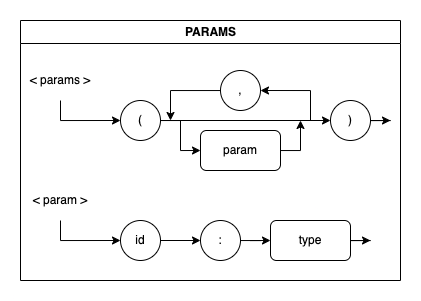
Before: diagram/params.png, a diagram exported from draw.io (ricardomongza99/typeton). Source tidied: cells renumbered, new cells last; positions are measured from the earlier drawing's top-left corner, leaving out a move shared by most shapes. Its diagram source:
```xml
<mxGraphModel>
  <root>
    <mxCell id="0" />
    <mxCell id="1" parent="0" />
    <mxCell id="2" value="PARAMS" style="swimlane;fontFamily=Helvetica;fontSize=12;fontColor=default;strokeColor=default;fillColor=default;html=1;" parent="1" vertex="1">
      <mxGeometry width="380" height="260" as="geometry" />
    </mxCell>
    <mxCell id="3" value="&amp;lt; param &amp;gt;" style="text;html=1;strokeColor=none;fillColor=none;align=center;verticalAlign=middle;whiteSpace=wrap;rounded=0;" parent="2" vertex="1">
      <mxGeometry y="160" width="80" height="40" as="geometry" />
    </mxCell>
    <mxCell id="4" value="id" style="ellipse;whiteSpace=wrap;html=1;" parent="2" vertex="1">
      <mxGeometry x="100" y="200" width="40" height="40" as="geometry" />
    </mxCell>
    <mxCell id="5" value=":" style="ellipse;whiteSpace=wrap;html=1;" parent="2" vertex="1">
      <mxGeometry x="180" y="200" width="40" height="40" as="geometry" />
    </mxCell>
    <mxCell id="6" style="edgeStyle=orthogonalEdgeStyle;rounded=0;jettySize=auto;html=1;entryX=0;entryY=0.5;entryDx=0;entryDy=0;" parent="2" edge="1" source="4" target="5">
      <mxGeometry relative="1" as="geometry" />
    </mxCell>
    <mxCell id="7" value="type" style="rounded=1;whiteSpace=wrap;html=1;" parent="2" vertex="1">
      <mxGeometry x="250" y="200" width="80" height="40" as="geometry" />
    </mxCell>
    <mxCell id="8" style="edgeStyle=orthogonalEdgeStyle;rounded=0;jettySize=auto;html=1;entryX=0;entryY=0.5;entryDx=0;entryDy=0;" parent="2" edge="1" source="5" target="7">
      <mxGeometry relative="1" as="geometry" />
    </mxCell>
    <mxCell id="9" style="edgeStyle=orthogonalEdgeStyle;rounded=0;jettySize=auto;html=1;entryX=0;entryY=0.5;entryDx=0;entryDy=0;exitX=0.5;exitY=1;exitDx=0;exitDy=0;" parent="2" edge="1" source="3" target="4">
      <mxGeometry relative="1" as="geometry" />
    </mxCell>
    <mxCell id="10" style="edgeStyle=orthogonalEdgeStyle;rounded=0;jettySize=auto;html=1;entryX=0;entryY=0.5;entryDx=0;entryDy=0;exitX=0.5;exitY=1;exitDx=0;exitDy=0;" parent="2" edge="1" source="11" target="14">
      <mxGeometry relative="1" as="geometry" />
    </mxCell>
    <mxCell id="11" value="&amp;lt; params &amp;gt;" style="text;html=1;strokeColor=none;fillColor=none;align=center;verticalAlign=middle;whiteSpace=wrap;rounded=0;" parent="2" vertex="1">
      <mxGeometry y="40" width="80" height="40" as="geometry" />
    </mxCell>
    <mxCell id="12" style="edgeStyle=orthogonalEdgeStyle;rounded=0;jettySize=auto;html=1;entryX=0;entryY=0.5;entryDx=0;entryDy=0;" parent="2" edge="1" source="14" target="20">
      <mxGeometry relative="1" as="geometry" />
    </mxCell>
    <mxCell id="13" style="edgeStyle=orthogonalEdgeStyle;rounded=0;jettySize=auto;html=1;entryX=0;entryY=0.5;entryDx=0;entryDy=0;" parent="2" edge="1" source="14" target="16">
      <mxGeometry relative="1" as="geometry" />
    </mxCell>
    <mxCell id="14" value="(" style="ellipse;whiteSpace=wrap;html=1;" parent="2" vertex="1">
      <mxGeometry x="100" y="80" width="40" height="40" as="geometry" />
    </mxCell>
    <mxCell id="15" style="edgeStyle=orthogonalEdgeStyle;rounded=0;jettySize=auto;html=1;entryX=1;entryY=0.5;entryDx=0;entryDy=0;" parent="2" edge="1" target="18">
      <mxGeometry relative="1" as="geometry">
        <mxPoint x="290" y="100" as="sourcePoint" />
        <Array as="points">
          <mxPoint x="290" y="100" />
          <mxPoint x="290" y="60" />
        </Array>
      </mxGeometry>
    </mxCell>
    <mxCell id="16" value=")" style="ellipse;whiteSpace=wrap;html=1;" parent="2" vertex="1">
      <mxGeometry x="310" y="80" width="40" height="40" as="geometry" />
    </mxCell>
    <mxCell id="17" style="edgeStyle=orthogonalEdgeStyle;rounded=0;jettySize=auto;html=1;" parent="2" edge="1" source="18">
      <mxGeometry relative="1" as="geometry">
        <mxPoint x="150" y="100" as="targetPoint" />
      </mxGeometry>
    </mxCell>
    <mxCell id="18" value="," style="ellipse;whiteSpace=wrap;html=1;" parent="2" vertex="1">
      <mxGeometry x="200" y="50" width="40" height="40" as="geometry" />
    </mxCell>
    <mxCell id="19" style="edgeStyle=orthogonalEdgeStyle;rounded=0;jettySize=auto;html=1;" parent="2" edge="1" source="20">
      <mxGeometry relative="1" as="geometry">
        <mxPoint x="280" y="100" as="targetPoint" />
      </mxGeometry>
    </mxCell>
    <mxCell id="20" value="param" style="rounded=1;whiteSpace=wrap;html=1;" parent="2" vertex="1">
      <mxGeometry x="180" y="110" width="80" height="40" as="geometry" />
    </mxCell>
    <mxCell id="21" style="edgeStyle=orthogonalEdgeStyle;rounded=0;jettySize=auto;html=1;" parent="2" edge="1" source="7">
      <mxGeometry relative="1" as="geometry">
        <mxPoint x="350" y="220" as="targetPoint" />
      </mxGeometry>
    </mxCell>
    <mxCell id="22" style="edgeStyle=orthogonalEdgeStyle;rounded=0;jettySize=auto;html=1;" parent="2" edge="1" source="16">
      <mxGeometry relative="1" as="geometry">
        <mxPoint x="370" y="100" as="targetPoint" />
      </mxGeometry>
    </mxCell>
  </root>
</mxGraphModel>
```
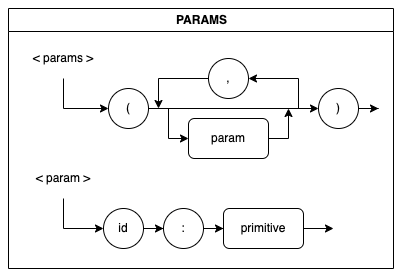
Later version of the same file.

Diff of the diagram source:
```diff
@@ -3,22 +3,22 @@
     <mxCell id="0" />
     <mxCell id="1" parent="0" />
     <mxCell id="2" value="PARAMS" style="swimlane;fontFamily=Helvetica;fontSize=12;fontColor=default;strokeColor=default;fillColor=default;html=1;" parent="1" vertex="1">
-      <mxGeometry width="380" height="260" as="geometry" />
+      <mxGeometry width="385" height="260" as="geometry" />
     </mxCell>
     <mxCell id="3" value="&amp;lt; param &amp;gt;" style="text;html=1;strokeColor=none;fillColor=none;align=center;verticalAlign=middle;whiteSpace=wrap;rounded=0;" parent="2" vertex="1">
-      <mxGeometry y="160" width="80" height="40" as="geometry" />
+      <mxGeometry y="150" width="110" height="40" as="geometry" />
     </mxCell>
     <mxCell id="4" value="id" style="ellipse;whiteSpace=wrap;html=1;" parent="2" vertex="1">
-      <mxGeometry x="100" y="200" width="40" height="40" as="geometry" />
+      <mxGeometry x="95" y="200" width="40" height="40" as="geometry" />
     </mxCell>
     <mxCell id="5" value=":" style="ellipse;whiteSpace=wrap;html=1;" parent="2" vertex="1">
-      <mxGeometry x="180" y="200" width="40" height="40" as="geometry" />
+      <mxGeometry x="155" y="200" width="40" height="40" as="geometry" />
     </mxCell>
     <mxCell id="6" style="edgeStyle=orthogonalEdgeStyle;rounded=0;jettySize=auto;html=1;entryX=0;entryY=0.5;entryDx=0;entryDy=0;" parent="2" edge="1" source="4" target="5">
       <mxGeometry relative="1" as="geometry" />
     </mxCell>
-    <mxCell id="7" value="type" style="rounded=1;whiteSpace=wrap;html=1;" parent="2" vertex="1">
-      <mxGeometry x="250" y="200" width="80" height="40" as="geometry" />
+    <mxCell id="7" value="primitive" style="rounded=1;whiteSpace=wrap;html=1;" parent="2" vertex="1">
+      <mxGeometry x="215" y="200" width="80" height="40" as="geometry" />
     </mxCell>
     <mxCell id="8" style="edgeStyle=orthogonalEdgeStyle;rounded=0;jettySize=auto;html=1;entryX=0;entryY=0.5;entryDx=0;entryDy=0;" parent="2" edge="1" source="5" target="7">
       <mxGeometry relative="1" as="geometry" />
@@ -30,7 +30,7 @@
       <mxGeometry relative="1" as="geometry" />
     </mxCell>
     <mxCell id="11" value="&amp;lt; params &amp;gt;" style="text;html=1;strokeColor=none;fillColor=none;align=center;verticalAlign=middle;whiteSpace=wrap;rounded=0;" parent="2" vertex="1">
-      <mxGeometry y="40" width="80" height="40" as="geometry" />
+      <mxGeometry y="30" width="110" height="40" as="geometry" />
     </mxCell>
     <mxCell id="12" style="edgeStyle=orthogonalEdgeStyle;rounded=0;jettySize=auto;html=1;entryX=0;entryY=0.5;entryDx=0;entryDy=0;" parent="2" edge="1" source="14" target="20">
       <mxGeometry relative="1" as="geometry" />
@@ -71,7 +71,7 @@
     </mxCell>
     <mxCell id="21" style="edgeStyle=orthogonalEdgeStyle;rounded=0;jettySize=auto;html=1;" parent="2" edge="1" source="7">
       <mxGeometry relative="1" as="geometry">
-        <mxPoint x="350" y="220" as="targetPoint" />
+        <mxPoint x="325" y="220" as="targetPoint" />
       </mxGeometry>
     </mxCell>
     <mxCell id="22" style="edgeStyle=orthogonalEdgeStyle;rounded=0;jettySize=auto;html=1;" parent="2" edge="1" source="16">
```
